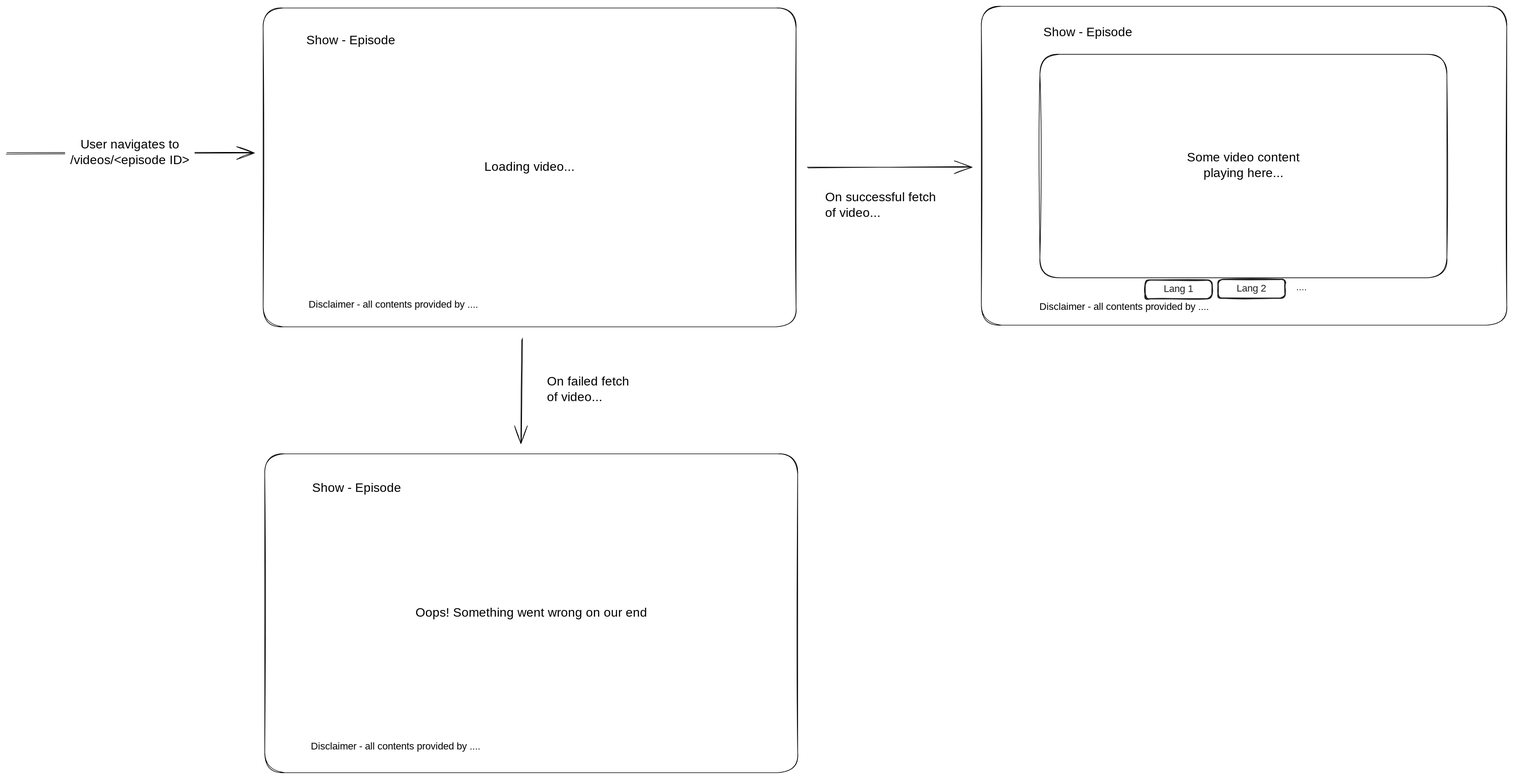
The Excalidraw diagram docs/designs/video-player-screen-mockup.excalidraw.svg in cangkevin/SEAshows-v2, before a commit. Source tidied: one line per element, renumbered; positions are measured from the earlier drawing's top-left corner, leaving out a move shared by most shapes.
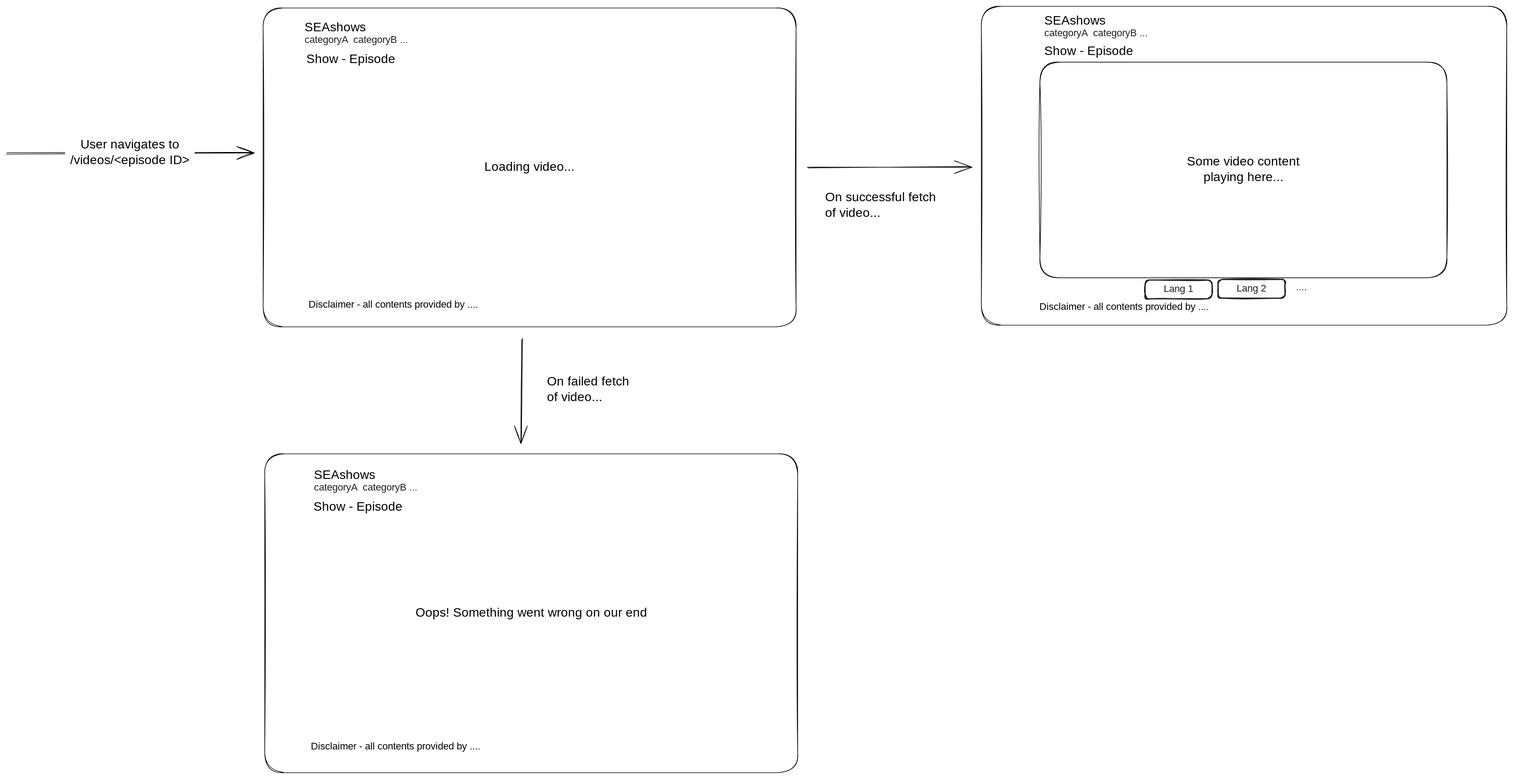
After the commit.

Change to the diagram source:
```diff
@@ -9,16 +9,22 @@
 {"id": 8, "type": "arrow", "strokeColor": "#000000", "strokeWidth": 1, "roughness": 1, "endArrowhead": "arrow", "round": true, "from": 0, "to": 4, "x": 824, "y": 531, "width": 2, "height": 166, "points": [[0, 0], [-2, 166]]}
 {"id": 9, "type": "text", "text": "On failed fetch\nof video...", "strokeColor": "#000000", "strokeWidth": 1, "roughness": 1, "fontSize": 20, "fontFamily": 1, "x": 864, "y": 588, "width": 151, "height": 50}
 {"id": 10, "type": "rectangle", "strokeColor": "#000000", "strokeWidth": 1, "roughness": 1, "round": true, "x": 1558, "y": 0, "width": 839, "height": 509}
-{"id": 11, "type": "rectangle", "strokeColor": "#000000", "strokeWidth": 1, "roughness": 1, "round": true, "x": 1651, "y": 77, "width": 650, "height": 357}
+{"id": 11, "type": "rectangle", "strokeColor": "#000000", "strokeWidth": 1, "roughness": 1, "round": true, "x": 1651, "y": 89, "width": 650, "height": 344}
-{"id": 12, "type": "text", "text": "Some video content\nplaying here...", "strokeColor": "#000000", "strokeWidth": 1, "roughness": 1, "fontSize": 20, "fontFamily": 1, "textAlign": "center", "verticalAlign": "middle", "inside": 11, "x": 1882, "y": 230, "width": 188, "height": 50}
+{"id": 12, "type": "text", "text": "Some video content\nplaying here...", "strokeColor": "#000000", "strokeWidth": 1, "roughness": 1, "fontSize": 20, "fontFamily": 1, "textAlign": "center", "verticalAlign": "middle", "inside": 11, "x": 1882, "y": 236, "width": 188, "height": 50}
 {"id": 13, "type": "arrow", "strokeColor": "#000000", "strokeWidth": 1, "roughness": 1, "endArrowhead": "arrow", "round": true, "from": 0, "to": 10, "x": 1281, "y": 259, "width": 260, "height": 2, "points": [[0, 0], [260, -2]]}
 {"id": 14, "type": "text", "text": "On successful fetch\nof video...", "strokeColor": "#000000", "strokeWidth": 1, "roughness": 1, "fontSize": 20, "fontFamily": 1, "x": 1308, "y": 294, "width": 197, "height": 50}
 {"id": 15, "type": "text", "text": "Disclaimer - all contents provided by ....", "strokeColor": "#000000", "strokeWidth": 1, "roughness": 1, "fontSize": 16, "fontFamily": 1, "x": 1650, "y": 471, "width": 314, "height": 20}
-{"id": 16, "type": "text", "text": "Show - Episode", "strokeColor": "#000000", "strokeWidth": 1, "roughness": 1, "fontSize": 20, "fontFamily": 1, "x": 479, "y": 43, "width": 145, "height": 25}
+{"id": 16, "type": "text", "text": "Show - Episode", "strokeColor": "#000000", "strokeWidth": 1, "roughness": 1, "fontSize": 20, "fontFamily": 1, "x": 479, "y": 73, "width": 145, "height": 25}
-{"id": 17, "type": "text", "text": "Show - Episode", "strokeColor": "#000000", "strokeWidth": 1, "roughness": 1, "fontSize": 20, "fontFamily": 1, "x": 488, "y": 758, "width": 145, "height": 25}
+{"id": 17, "type": "text", "text": "Show - Episode", "strokeColor": "#000000", "strokeWidth": 1, "roughness": 1, "fontSize": 20, "fontFamily": 1, "x": 491, "y": 788, "width": 145, "height": 25}
-{"id": 18, "type": "text", "text": "Show - Episode", "strokeColor": "#000000", "strokeWidth": 1, "roughness": 1, "fontSize": 20, "fontFamily": 1, "x": 1656, "y": 30, "width": 145, "height": 25}
+{"id": 18, "type": "text", "text": "Show - Episode", "strokeColor": "#000000", "strokeWidth": 1, "roughness": 1, "fontSize": 20, "fontFamily": 1, "x": 1658, "y": 60, "width": 145, "height": 25}
 {"id": 19, "type": "rectangle", "strokeColor": "#1e1e1e", "strokeWidth": 2, "roughness": 1, "round": true, "x": 1819, "y": 437, "width": 107, "height": 30}
 {"id": 20, "type": "text", "text": "Lang 1", "strokeColor": "#1e1e1e", "strokeWidth": 2, "roughness": 1, "fontSize": 16, "fontFamily": 1, "textAlign": "center", "verticalAlign": "middle", "inside": 19, "x": 1849, "y": 442, "width": 48, "height": 20}
 {"id": 21, "type": "rectangle", "strokeColor": "#1e1e1e", "strokeWidth": 2, "roughness": 1, "round": true, "x": 1936, "y": 436, "width": 107, "height": 30}
 {"id": 22, "type": "text", "text": "Lang 2", "strokeColor": "#1e1e1e", "strokeWidth": 2, "roughness": 1, "fontSize": 16, "fontFamily": 1, "textAlign": "center", "verticalAlign": "middle", "inside": 21, "x": 1962, "y": 441, "width": 55, "height": 20}
 {"id": 23, "type": "text", "text": "....", "strokeColor": "#1e1e1e", "strokeWidth": 2, "roughness": 1, "fontSize": 16.0, "fontFamily": 1, "x": 2060, "y": 439, "width": 18, "height": 20}
+{"id": 24, "type": "text", "text": "SEAshows", "strokeColor": "#000000", "strokeWidth": 1, "roughness": 1, "fontSize": 20, "fontFamily": 1, "x": 477, "y": 22, "width": 94, "height": 25}
+{"id": 25, "type": "text", "text": "categoryA  categoryB ...", "strokeColor": "#1e1e1e", "strokeWidth": 2, "roughness": 1, "fontSize": 16, "fontFamily": 1, "x": 477, "y": 44, "width": 195, "height": 20}
+{"id": 26, "type": "text", "text": "SEAshows", "strokeColor": "#000000", "strokeWidth": 1, "roughness": 1, "fontSize": 20, "fontFamily": 1, "x": 492, "y": 737, "width": 94, "height": 25}
+{"id": 27, "type": "text", "text": "categoryA  categoryB ...", "strokeColor": "#1e1e1e", "strokeWidth": 2, "roughness": 1, "fontSize": 16, "fontFamily": 1, "x": 492, "y": 759, "width": 195, "height": 20}
+{"id": 28, "type": "text", "text": "SEAshows", "strokeColor": "#000000", "strokeWidth": 1, "roughness": 1, "fontSize": 20, "fontFamily": 1, "x": 1658, "y": 12, "width": 94, "height": 25}
+{"id": 29, "type": "text", "text": "categoryA  categoryB ...", "strokeColor": "#1e1e1e", "strokeWidth": 2, "roughness": 1, "fontSize": 16, "fontFamily": 1, "x": 1658, "y": 33, "width": 195, "height": 20}
```
